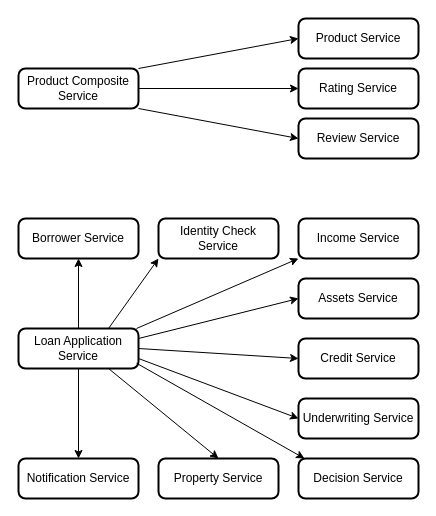
This is 02-architecture/02-logical-components.drawio from huynm20051990/loan-origination-system, a draw.io file, before an edit. Source tidied: cells renumbered, new cells numbered last; positions are measured from the earlier drawing's top-left corner, leaving out a move shared by most shapes. Both pictures are drawn from the tidied source at 100%, with x=0, y=0 at pixel (18, 18).
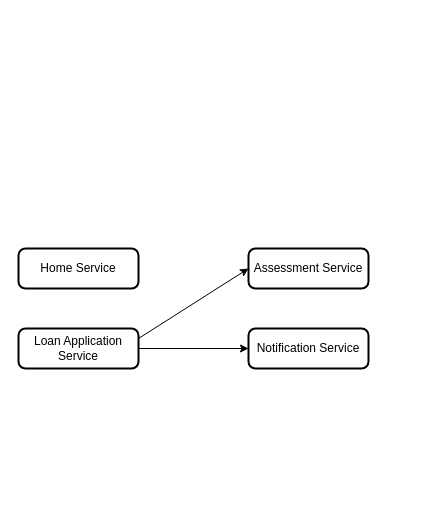
Above is the later version.

Unchanged cells that the change refers to:
```xml
<mxCell id="6" value="Loan Application Service" style="rounded=1;whiteSpace=wrap;html=1;absoluteArcSize=1;arcSize=14;strokeWidth=2;" parent="1" vertex="1">
  <mxGeometry y="310" width="120" height="40" as="geometry" />
</mxCell>
```

Change to the diagram source:
```diff
@@
-    <mxCell id="2" value="Product Composite &lt;br&gt;Service" style="rounded=1;whiteSpace=wrap;html=1;absoluteArcSize=1;arcSize=14;strokeWidth=2;" parent="1" vertex="1">
-      <mxGeometry y="50" width="120" height="40" as="geometry" />
+    <mxCell id="2" value="Home Service" style="rounded=1;whiteSpace=wrap;html=1;absoluteArcSize=1;arcSize=14;strokeWidth=2;" parent="1" vertex="1">
+      <mxGeometry y="230" width="120" height="40" as="geometry" />
     </mxCell>
-    <mxCell id="3" value="Product Service" style="rounded=1;whiteSpace=wrap;html=1;absoluteArcSize=1;arcSize=14;strokeWidth=2;" parent="1" vertex="1">
-      <mxGeometry x="280" width="120" height="40" as="geometry" />
-    </mxCell>
-    <mxCell id="4" value="Rating Service" style="rounded=1;whiteSpace=wrap;html=1;absoluteArcSize=1;arcSize=14;strokeWidth=2;" parent="1" vertex="1">
-      <mxGeometry x="280" y="50" width="120" height="40" as="geometry" />
-    </mxCell>
-    <mxCell id="5" value="Review Service" style="rounded=1;whiteSpace=wrap;html=1;absoluteArcSize=1;arcSize=14;strokeWidth=2;" parent="1" vertex="1">
-      <mxGeometry x="280" y="100" width="120" height="40" as="geometry" />
-    </mxCell>
@@
-    <mxCell id="7" value="Borrower Service" style="rounded=1;whiteSpace=wrap;html=1;absoluteArcSize=1;arcSize=14;strokeWidth=2;" parent="1" vertex="1">
-      <mxGeometry y="200" width="120" height="40" as="geometry" />
-    </mxCell>
-    <mxCell id="8" value="Identity Check Service" style="rounded=1;whiteSpace=wrap;html=1;absoluteArcSize=1;arcSize=14;strokeWidth=2;" parent="1" vertex="1">
-      <mxGeometry x="140" y="200" width="120" height="40" as="geometry" />
-    </mxCell>
-    <mxCell id="9" value="Income Service" style="rounded=1;whiteSpace=wrap;html=1;absoluteArcSize=1;arcSize=14;strokeWidth=2;" parent="1" vertex="1">
-      <mxGeometry x="280" y="200" width="120" height="40" as="geometry" />
-    </mxCell>
-    <mxCell id="10" value="Assets Service" style="rounded=1;whiteSpace=wrap;html=1;absoluteArcSize=1;arcSize=14;strokeWidth=2;" parent="1" vertex="1">
-      <mxGeometry x="280" y="260" width="120" height="40" as="geometry" />
+    <mxCell id="10" value="Assessment Service" style="rounded=1;whiteSpace=wrap;html=1;absoluteArcSize=1;arcSize=14;strokeWidth=2;" parent="1" vertex="1">
+      <mxGeometry x="230" y="230" width="120" height="40" as="geometry" />
     </mxCell>
-    <mxCell id="11" value="Credit Service" style="rounded=1;whiteSpace=wrap;html=1;absoluteArcSize=1;arcSize=14;strokeWidth=2;" parent="1" vertex="1">
-      <mxGeometry x="280" y="320" width="120" height="40" as="geometry" />
-    </mxCell>
-    <mxCell id="12" value="Property Service" style="rounded=1;whiteSpace=wrap;html=1;absoluteArcSize=1;arcSize=14;strokeWidth=2;" parent="1" vertex="1">
-      <mxGeometry x="140" y="440" width="120" height="40" as="geometry" />
-    </mxCell>
     <mxCell id="13" value="Notification Service" style="rounded=1;whiteSpace=wrap;html=1;absoluteArcSize=1;arcSize=14;strokeWidth=2;" parent="1" vertex="1">
-      <mxGeometry y="440" width="120" height="40" as="geometry" />
+      <mxGeometry x="230" y="310" width="120" height="40" as="geometry" />
     </mxCell>
-    <mxCell id="14" value="Decision Service" style="rounded=1;whiteSpace=wrap;html=1;absoluteArcSize=1;arcSize=14;strokeWidth=2;" parent="1" vertex="1">
-      <mxGeometry x="280" y="440" width="120" height="40" as="geometry" />
-    </mxCell>
-    <mxCell id="15" value="Underwriting Service" style="rounded=1;whiteSpace=wrap;html=1;absoluteArcSize=1;arcSize=14;strokeWidth=2;" parent="1" vertex="1">
-      <mxGeometry x="280" y="380" width="120" height="40" as="geometry" />
-    </mxCell>
-    <mxCell id="16" style="endArrow=classic;html=1;rounded=0;entryX=0;entryY=0.5;entryDx=0;entryDy=0;" parent="1" edge="1" target="3">
-      <mxGeometry relative="1" as="geometry">
-        <mxPoint x="120" y="50" as="sourcePoint" />
-      </mxGeometry>
-    </mxCell>
-    <mxCell id="17" style="endArrow=classic;html=1;rounded=0;entryX=0;entryY=0.5;entryDx=0;entryDy=0;exitX=1;exitY=0.5;exitDx=0;exitDy=0;" parent="1" edge="1" source="2" target="4">
-      <mxGeometry relative="1" as="geometry" />
-    </mxCell>
-    <mxCell id="18" style="endArrow=classic;html=1;rounded=0;exitX=1;exitY=1;exitDx=0;exitDy=0;entryX=0;entryY=0.5;entryDx=0;entryDy=0;" parent="1" edge="1" source="2" target="5">
-      <mxGeometry relative="1" as="geometry" />
-    </mxCell>
-    <mxCell id="19" style="endArrow=classic;html=1;rounded=0;entryX=0.5;entryY=1;entryDx=0;entryDy=0;" parent="1" edge="1" source="6" target="7">
-      <mxGeometry relative="1" as="geometry" />
-    </mxCell>
-    <mxCell id="20" style="endArrow=classic;html=1;rounded=0;entryX=0;entryY=1;entryDx=0;entryDy=0;exitX=0.75;exitY=0;exitDx=0;exitDy=0;" parent="1" edge="1" source="6" target="8">
-      <mxGeometry relative="1" as="geometry" />
-    </mxCell>
-    <mxCell id="21" style="endArrow=classic;html=1;rounded=0;entryX=0;entryY=1;entryDx=0;entryDy=0;" parent="1" edge="1" target="9">
-      <mxGeometry relative="1" as="geometry">
-        <mxPoint x="118" y="310" as="sourcePoint" />
-      </mxGeometry>
-    </mxCell>
@@
-    <mxCell id="23" style="endArrow=classic;html=1;rounded=0;entryX=0;entryY=0.5;entryDx=0;entryDy=0;exitX=1;exitY=0.5;exitDx=0;exitDy=0;" parent="1" edge="1" source="6" target="11">
-      <mxGeometry relative="1" as="geometry" />
-    </mxCell>
-    <mxCell id="24" style="endArrow=classic;html=1;rounded=0;entryX=0;entryY=0.5;entryDx=0;entryDy=0;exitX=1;exitY=0.75;exitDx=0;exitDy=0;" parent="1" edge="1" source="6" target="15">
-      <mxGeometry relative="1" as="geometry" />
-    </mxCell>
-    <mxCell id="25" style="endArrow=classic;html=1;rounded=0;entryX=0;entryY=0;entryDx=0;entryDy=0;exitX=0.933;exitY=0.867;exitDx=0;exitDy=0;exitPerimeter=0;" parent="1" edge="1">
-      <mxGeometry relative="1" as="geometry">
-        <mxPoint x="118" y="344.7" as="sourcePoint" />
-        <mxPoint x="286" y="440" as="targetPoint" />
-      </mxGeometry>
-    </mxCell>
-    <mxCell id="26" style="endArrow=classic;html=1;rounded=0;entryX=0.5;entryY=0;entryDx=0;entryDy=0;exitX=0.75;exitY=1;exitDx=0;exitDy=0;" parent="1" edge="1" source="6" target="12">
-      <mxGeometry relative="1" as="geometry" />
-    </mxCell>
-    <mxCell id="27" style="endArrow=classic;html=1;rounded=0;exitX=0.5;exitY=1;exitDx=0;exitDy=0;" parent="1" edge="1" source="6" target="13">
+    <mxCell id="27" style="endArrow=classic;html=1;rounded=0;exitX=1;exitY=0.5;exitDx=0;exitDy=0;" parent="1" edge="1" source="6" target="13">
       <mxGeometry relative="1" as="geometry" />
     </mxCell>
```
